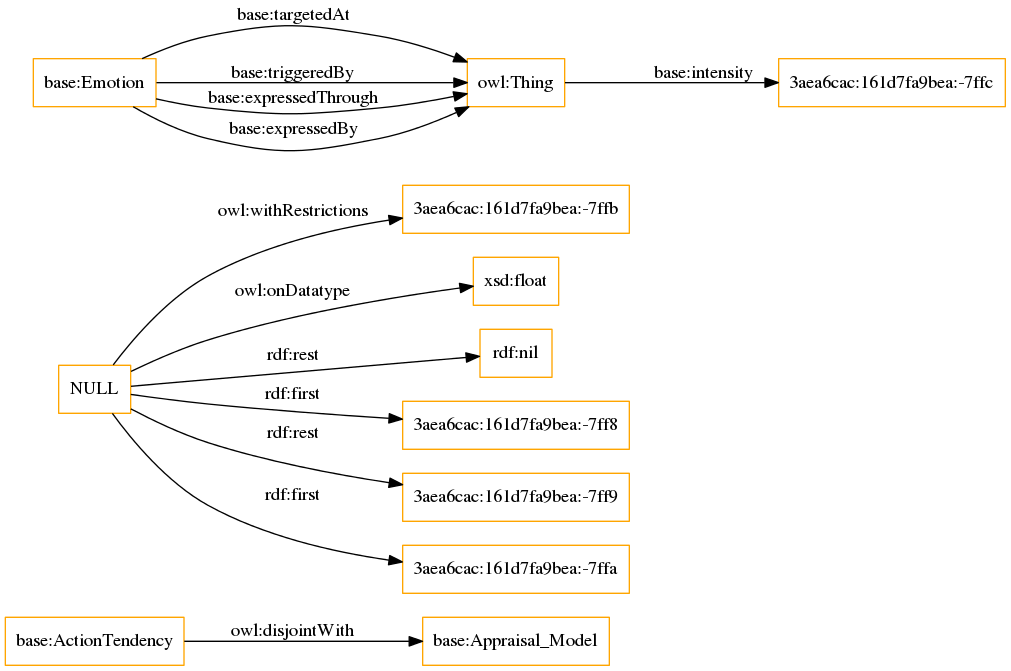
rana-othman/Huam-Affective-States-and-their-influences-Ontology-HASIO keeps this Graphviz diagram as OnToology/HEO.owl/diagrams/ar2dtool-class/HEO.owl.png. Above is the earlier version. Its source is kept beside it as OnToology/HEO.owl/diagrams/ar2dtool-class/HEO.owl.png.dot.
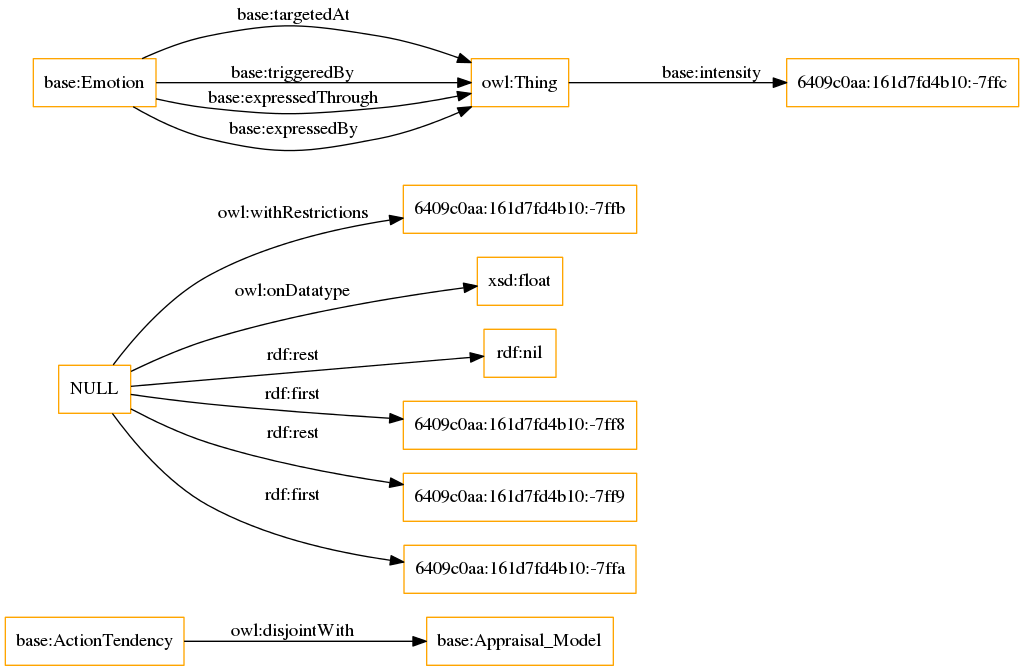
The same diagram one commit later.

The edit, as a diff of the source:
```diff
@@ -3,14 +3,14 @@
 size="1501"
 node [shape = rectangle, color="orange"]; "base:ActionTendency" "base:Appraisal_Model" ; /*classes style*/
 	"base:ActionTendency" -> "base:Appraisal_Model" [ label = "owl:disjointWith" ];
-	"NULL" -> "3aea6cac:161d7fa9bea:-7ffb" [ label = "owl:withRestrictions" ];
+	"NULL" -> "6409c0aa:161d7fd4b10:-7ffb" [ label = "owl:withRestrictions" ];
 	"NULL" -> "xsd:float" [ label = "owl:onDatatype" ];
 	"NULL" -> "rdf:nil" [ label = "rdf:rest" ];
-	"NULL" -> "3aea6cac:161d7fa9bea:-7ff8" [ label = "rdf:first" ];
-	"NULL" -> "3aea6cac:161d7fa9bea:-7ff9" [ label = "rdf:rest" ];
-	"NULL" -> "3aea6cac:161d7fa9bea:-7ffa" [ label = "rdf:first" ];
+	"NULL" -> "6409c0aa:161d7fd4b10:-7ff8" [ label = "rdf:first" ];
+	"NULL" -> "6409c0aa:161d7fd4b10:-7ff9" [ label = "rdf:rest" ];
+	"NULL" -> "6409c0aa:161d7fd4b10:-7ffa" [ label = "rdf:first" ];
 	"base:Emotion" -> "owl:Thing" [ label = "base:targetedAt" ];
-	"owl:Thing" -> "3aea6cac:161d7fa9bea:-7ffc" [ label = "base:intensity" ];
+	"owl:Thing" -> "6409c0aa:161d7fd4b10:-7ffc" [ label = "base:intensity" ];
 	"base:Emotion" -> "owl:Thing" [ label = "base:triggeredBy" ];
 	"base:Emotion" -> "owl:Thing" [ label = "base:expressedThrough" ];
 	"base:Emotion" -> "owl:Thing" [ label = "base:expressedBy" ];
```
